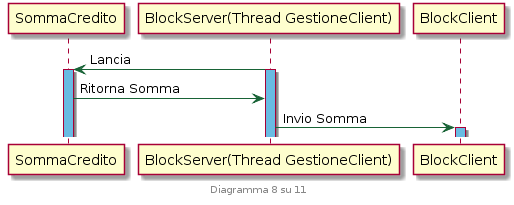
antdimarino/Computer-Networks-BlockChain keeps this PlantUML diagram as SequenceDiagram/schema8.png. Above is the earlier version.
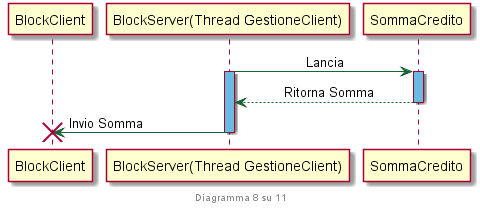
After the commit.

Change to the diagram source:
```diff
@@ -4,21 +4,17 @@
 }
 
 footer Diagramma 8 su 11
-
+participant	BlockClient
+participant	"BlockServer(Thread GestioneClient)"
 participant	SommaCredito
-participant	"BlockServer(Thread GestioneClient)"
-participant	BlockClient
-
-"BlockServer(Thread GestioneClient)" -> SommaCredito: Lancia
-activate SommaCredito #69bbe2
-activate "BlockServer(Thread GestioneClient)" #69bbe2
-SommaCredito->"BlockServer(Thread GestioneClient)": Ritorna Somma
-
-"BlockServer(Thread GestioneClient)"->BlockClient: Invio Somma
-activate BlockClient #69bbe2
 
 
 
-
-
+"BlockServer(Thread GestioneClient)" -> SommaCredito: \t\tLancia
+activate SommaCredito #69bbe2
+activate "BlockServer(Thread GestioneClient)" #69bbe2
+SommaCredito -->"BlockServer(Thread GestioneClient)": \tRitorna Somma
+deactivate SommaCredito
+"BlockServer(Thread GestioneClient)"->BlockClient !!: Invio Somma
+deactivate "BlockServer(Thread GestioneClient)"
 @enduml
```
